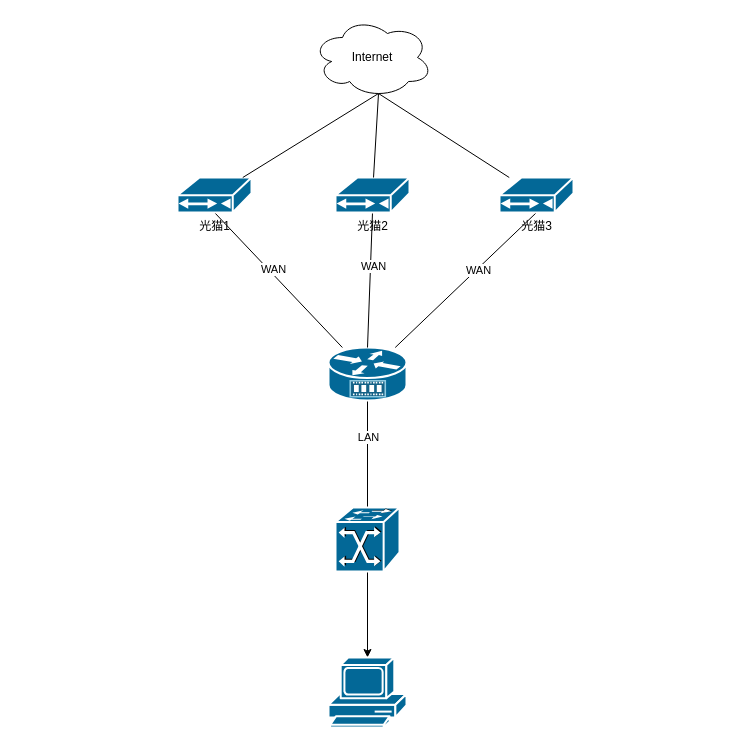
Earlier version of the draw.io diagram 网络架构设计.drawio (zebra-min/my-design). Source tidied: cells renumbered, new cells numbered last; positions are measured from the earlier drawing's top-left corner, leaving out a move shared by most shapes. Both pictures are drawn from the tidied source at 100%, with x=0, y=0 at pixel (177, 17).
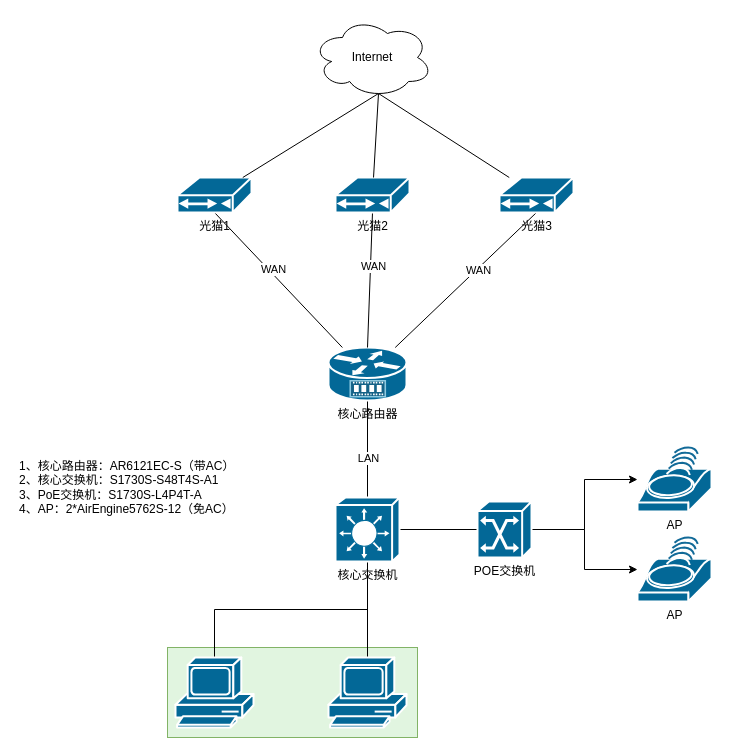
Above is the later version.

Commit message:
更新网络架构设计.drawio

The change refers to these unchanged cells:
```xml
<mxCell id="20" style="shape=mxgraph.cisco.computers_and_peripherals.pc;sketch=0;html=1;dashed=0;fillColor=#036897;strokeColor=#ffffff;strokeWidth=2;verticalLabelPosition=bottom;verticalAlign=top;align=center;outlineConnect=0;" parent="1" vertex="1">
  <mxGeometry x="151" y="640" width="78" height="70" as="geometry" />
</mxCell>
```

Change to the diagram source:
```diff
@@
+    <mxCell id="21" style="rounded=0;whiteSpace=wrap;html=1;fillColor=#E1F5E0;strokeColor=#82b366;" parent="1" vertex="1">
+      <mxGeometry x="-10" y="630" width="250" height="90" as="geometry" />
+    </mxCell>
@@
-    <mxCell id="4" style="edgeStyle=orthogonalEdgeStyle;rounded=0;jettySize=auto;html=1;exitX=0.5;exitY=1;exitDx=0;exitDy=0;exitPerimeter=0;entryX=0.5;entryY=0;entryDx=0;entryDy=0;entryPerimeter=0;endArrow=none;endFill=0;" parent="1" edge="1" source="6" target="12">
+    <mxCell id="4" style="edgeStyle=orthogonalEdgeStyle;rounded=0;jettySize=auto;html=1;exitX=0.5;exitY=1;exitDx=0;exitDy=0;exitPerimeter=0;entryX=0.5;entryY=0;entryDx=0;entryDy=0;entryPerimeter=0;endArrow=none;endFill=0;" parent="1" edge="1" source="6" target="24">
       <mxGeometry relative="1" as="geometry" />
     </mxCell>
     <mxCell id="5" value="LAN" style="edgeLabel;html=1;align=center;verticalAlign=middle;" parent="4" vertex="1">
-      <mxGeometry x="-0.32" relative="1" as="geometry" />
+      <mxGeometry x="-0.32" relative="1" as="geometry">
+        <mxPoint y="24" as="offset" />
+      </mxGeometry>
     </mxCell>
-    <mxCell id="6" style="shape=mxgraph.cisco.routers.service_router;sketch=0;html=1;dashed=0;fillColor=#036897;strokeColor=#ffffff;strokeWidth=2;verticalLabelPosition=bottom;verticalAlign=top;align=center;outlineConnect=0;" parent="1" vertex="1">
+    <mxCell id="6" value="核心路由器" style="shape=mxgraph.cisco.routers.service_router;sketch=0;html=1;dashed=0;fillColor=#036897;strokeColor=#ffffff;strokeWidth=2;verticalLabelPosition=bottom;verticalAlign=top;align=center;outlineConnect=0;" parent="1" vertex="1">
       <mxGeometry x="151" y="330" width="78" height="53" as="geometry" />
     </mxCell>
@@
-    <mxCell id="11" style="edgeStyle=orthogonalEdgeStyle;rounded=0;jettySize=auto;html=1;exitX=0.5;exitY=1;exitDx=0;exitDy=0;exitPerimeter=0;" parent="1" edge="1" source="12" target="20">
+    <mxCell id="11" style="edgeStyle=orthogonalEdgeStyle;rounded=0;jettySize=auto;html=1;exitX=0.5;exitY=1;exitDx=0;exitDy=0;exitPerimeter=0;endArrow=none;endFill=0;" parent="1" edge="1" source="24" target="20">
       <mxGeometry relative="1" as="geometry" />
     </mxCell>
-    <mxCell id="12" style="shape=mxgraph.cisco.switches.atm_fast_gigabit_etherswitch;sketch=0;html=1;dashed=0;fillColor=#036897;strokeColor=#ffffff;strokeWidth=2;verticalLabelPosition=bottom;verticalAlign=top;align=center;outlineConnect=0;" parent="1" vertex="1">
-      <mxGeometry x="158" y="490" width="64" height="64" as="geometry" />
-    </mxCell>
@@
+    <mxCell id="22" style="edgeStyle=orthogonalEdgeStyle;rounded=0;jettySize=auto;html=1;exitX=1;exitY=0.5;exitDx=0;exitDy=0;exitPerimeter=0;entryX=0;entryY=0.5;entryDx=0;entryDy=0;entryPerimeter=0;endArrow=none;endFill=0;" parent="1" edge="1" source="24" target="27">
+      <mxGeometry relative="1" as="geometry" />
+    </mxCell>
+    <mxCell id="23" style="edgeStyle=orthogonalEdgeStyle;rounded=0;jettySize=auto;html=1;exitX=0.5;exitY=1;exitDx=0;exitDy=0;exitPerimeter=0;entryX=0.5;entryY=0;entryDx=0;entryDy=0;entryPerimeter=0;endArrow=none;endFill=0;" parent="1" edge="1" source="24" target="30">
+      <mxGeometry relative="1" as="geometry" />
+    </mxCell>
+    <mxCell id="24" value="核心交换机" style="shape=mxgraph.cisco.switches.layer_3_switch;sketch=0;html=1;dashed=0;fillColor=#036897;strokeColor=#ffffff;strokeWidth=2;verticalLabelPosition=bottom;verticalAlign=top;align=center;outlineConnect=0;" parent="1" vertex="1">
+      <mxGeometry x="158" y="480" width="64" height="64" as="geometry" />
+    </mxCell>
+    <mxCell id="25" style="edgeStyle=orthogonalEdgeStyle;rounded=0;jettySize=auto;html=1;exitX=1;exitY=0.5;exitDx=0;exitDy=0;exitPerimeter=0;" parent="1" edge="1" source="27" target="28">
+      <mxGeometry relative="1" as="geometry" />
+    </mxCell>
+    <mxCell id="26" style="edgeStyle=orthogonalEdgeStyle;rounded=0;jettySize=auto;html=1;exitX=1;exitY=0.5;exitDx=0;exitDy=0;exitPerimeter=0;" parent="1" edge="1" source="27" target="29">
+      <mxGeometry relative="1" as="geometry" />
+    </mxCell>
+    <mxCell id="27" value="POE交换机" style="shape=mxgraph.cisco.switches.atm_switch;sketch=0;html=1;dashed=0;fillColor=#036897;strokeColor=#ffffff;strokeWidth=2;verticalLabelPosition=bottom;verticalAlign=top;align=center;outlineConnect=0;" parent="1" vertex="1">
+      <mxGeometry x="300" y="484" width="54" height="56" as="geometry" />
+    </mxCell>
+    <mxCell id="28" value="AP" style="shape=mxgraph.cisco.wireless.wi-fi_tag;sketch=0;html=1;dashed=0;fillColor=#036897;strokeColor=#ffffff;strokeWidth=2;verticalLabelPosition=bottom;verticalAlign=top;align=center;outlineConnect=0;" parent="1" vertex="1">
+      <mxGeometry x="460" y="430" width="74" height="64" as="geometry" />
+    </mxCell>
+    <mxCell id="29" value="AP" style="shape=mxgraph.cisco.wireless.wi-fi_tag;sketch=0;html=1;dashed=0;fillColor=#036897;strokeColor=#ffffff;strokeWidth=2;verticalLabelPosition=bottom;verticalAlign=top;align=center;outlineConnect=0;" parent="1" vertex="1">
+      <mxGeometry x="460" y="520" width="74" height="64" as="geometry" />
+    </mxCell>
+    <mxCell id="30" style="shape=mxgraph.cisco.computers_and_peripherals.pc;sketch=0;html=1;dashed=0;fillColor=#036897;strokeColor=#ffffff;strokeWidth=2;verticalLabelPosition=bottom;verticalAlign=top;align=center;outlineConnect=0;" parent="1" vertex="1">
+      <mxGeometry x="-2" y="640" width="78" height="70" as="geometry" />
+    </mxCell>
+    <mxCell id="31" value="1、核心路由器：AR6121EC-S（带AC）&lt;br&gt;2、核心交换机：S1730S-S48T4S-A1&lt;br&gt;3、PoE交换机：S1730S-L4P4T-A&lt;br&gt;4、AP：2*AirEngine5762S-12（免AC）" style="text;strokeColor=none;align=left;fillColor=none;html=1;verticalAlign=middle;whiteSpace=wrap;rounded=0;" parent="1" vertex="1">
+      <mxGeometry x="-160" y="430" width="270" height="80" as="geometry" />
+    </mxCell>
```
